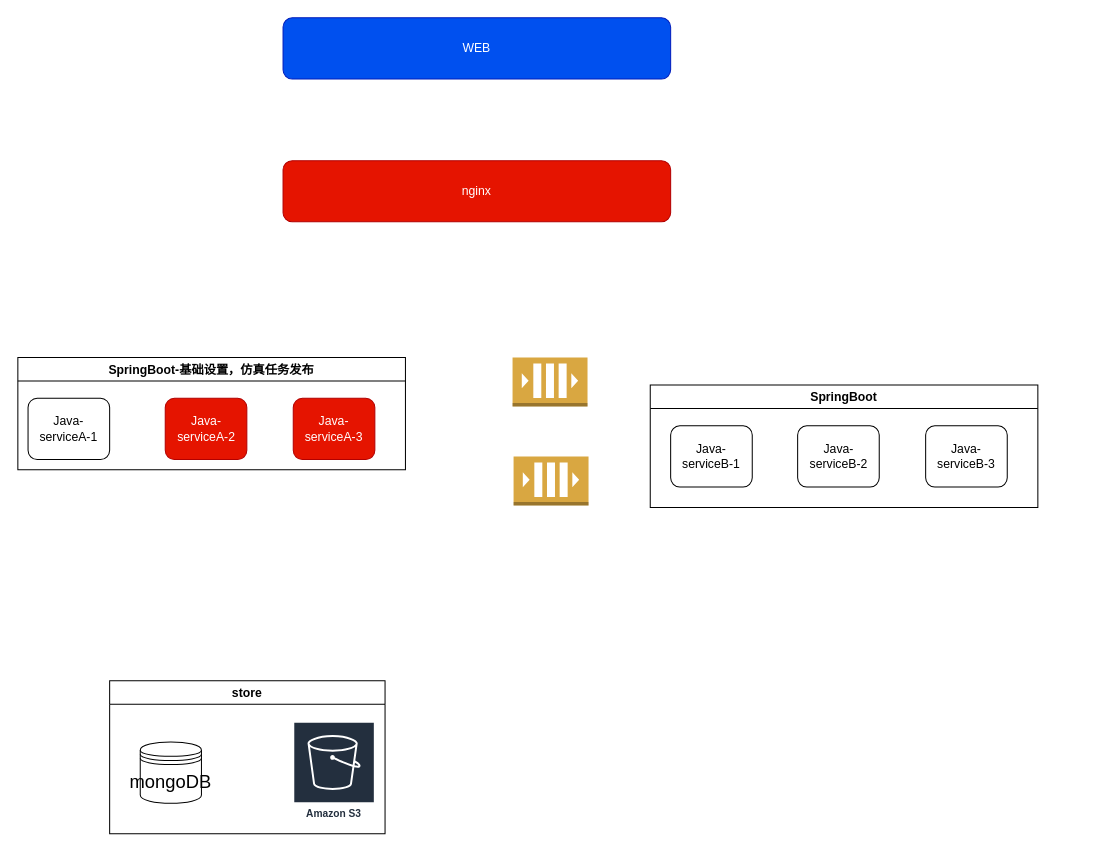
Before: doc/TechBusiness.drawio in yezhen701/VTCAD, a draw.io diagram. Source tidied: cells renumbered, new cells numbered last; positions are measured from the earlier drawing's top-left corner, leaving out a move shared by most shapes. Both pictures are drawn from the tidied source at 102%, with x=0, y=0 at pixel (17, 17).
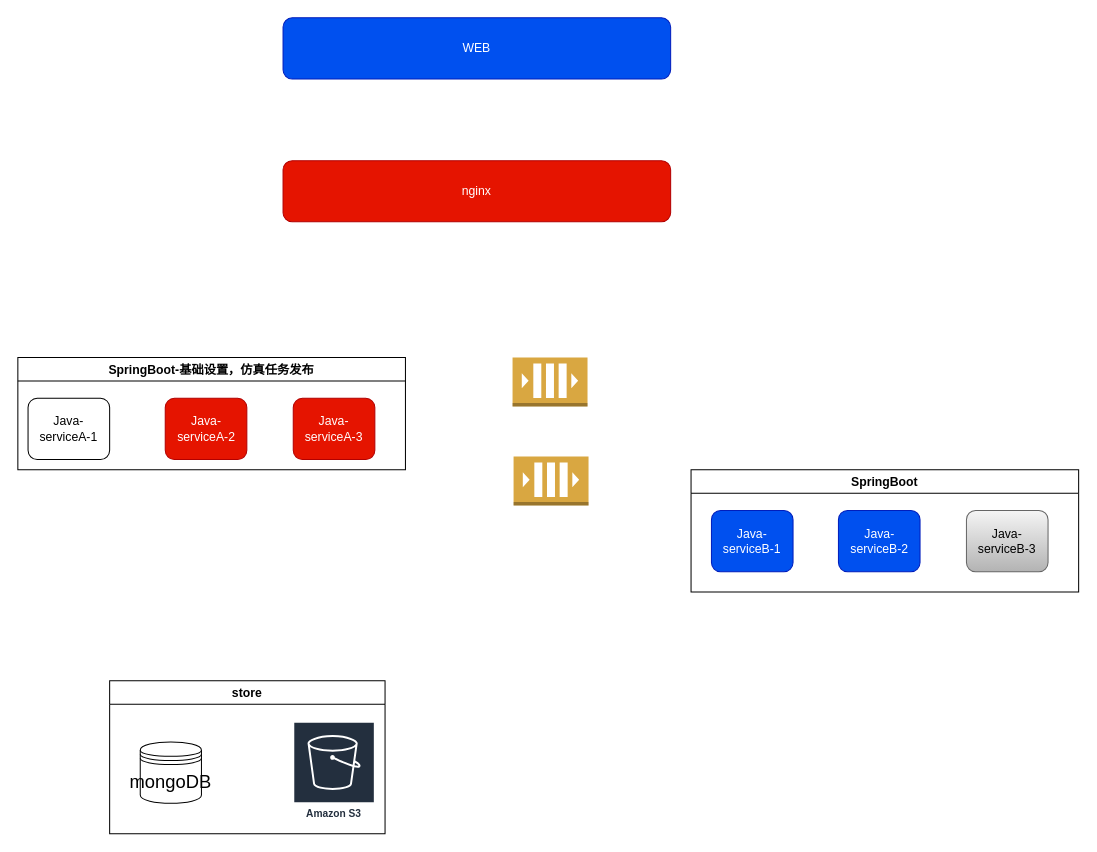
The same diagram, later.

Diff of the diagram source:
```diff
@@
 <mxGraphModel>
   <root>
     <mxCell id="0" />
     <mxCell id="1" parent="0" />
     <mxCell id="2" value="WEB" style="rounded=1;whiteSpace=wrap;html=1;fontColor=#ffffff;strokeColor=#001DBC;fillColor=#0050ef;" parent="1" vertex="1">
       <mxGeometry x="260" width="380" height="60" as="geometry" />
     </mxCell>
     <mxCell id="3" value="store" style="swimlane;fontColor=default;strokeColor=default;fillColor=default;" parent="1" vertex="1">
       <mxGeometry x="90" y="650" width="270" height="150" as="geometry" />
     </mxCell>
     <mxCell id="4" value="mongoDB" style="shape=datastore;whiteSpace=wrap;html=1;fontSize=18;fillColor=default;strokeColor=default;fontColor=default;" parent="3" vertex="1">
       <mxGeometry x="30" y="60" width="60" height="60" as="geometry" />
     </mxCell>
     <mxCell id="5" value="Amazon S3" style="sketch=0;fontColor=#232F3E;gradientColor=none;strokeColor=#ffffff;fillColor=#232F3E;dashed=0;verticalLabelPosition=middle;verticalAlign=bottom;align=center;html=1;whiteSpace=wrap;fontSize=10;fontStyle=1;spacing=3;shape=mxgraph.aws4.productIcon;prIcon=mxgraph.aws4.s3;" parent="3" vertex="1">
       <mxGeometry x="180" y="40" width="80" height="100" as="geometry" />
     </mxCell>
     <mxCell id="6" value="nginx" style="rounded=1;whiteSpace=wrap;html=1;fontColor=#ffffff;strokeColor=#B20000;fillColor=#e51400;" parent="1" vertex="1">
       <mxGeometry x="260" y="140" width="380" height="60" as="geometry" />
     </mxCell>
     <mxCell id="7" value="SpringBoot-基础设置，仿真任务发布" style="swimlane;fontColor=default;strokeColor=default;fillColor=default;" parent="1" vertex="1">
       <mxGeometry y="333" width="380" height="110" as="geometry" />
     </mxCell>
     <mxCell id="8" value="Java-serviceA-1" style="rounded=1;whiteSpace=wrap;html=1;fontColor=default;strokeColor=default;fillColor=default;" parent="7" vertex="1">
       <mxGeometry x="10" y="40" width="80" height="60" as="geometry" />
     </mxCell>
     <mxCell id="9" value="Java-serviceA-2" style="rounded=1;whiteSpace=wrap;html=1;fontColor=#ffffff;strokeColor=#B20000;fillColor=#e51400;" parent="7" vertex="1">
       <mxGeometry x="144.5" y="40" width="80" height="60" as="geometry" />
     </mxCell>
     <mxCell id="10" value="Java-serviceA-3" style="rounded=1;whiteSpace=wrap;html=1;fontColor=#ffffff;strokeColor=#B20000;fillColor=#e51400;" parent="7" vertex="1">
       <mxGeometry x="270" y="40" width="80" height="60" as="geometry" />
     </mxCell>
     <mxCell id="11" value="SpringBoot" style="swimlane;fontColor=default;strokeColor=default;fillColor=default;" parent="1" vertex="1">
-      <mxGeometry x="620" y="360" width="380" height="120" as="geometry" />
+      <mxGeometry x="660" y="443" width="380" height="120" as="geometry" />
     </mxCell>
-    <mxCell id="12" value="Java-serviceB-1" style="rounded=1;whiteSpace=wrap;html=1;fontColor=default;strokeColor=default;fillColor=default;" parent="11" vertex="1">
+    <mxCell id="12" value="Java-serviceB-1" style="rounded=1;whiteSpace=wrap;html=1;fontColor=#ffffff;strokeColor=#001DBC;fillColor=#0050ef;" parent="11" vertex="1">
       <mxGeometry x="20" y="40" width="80" height="60" as="geometry" />
     </mxCell>
-    <mxCell id="13" value="Java-serviceB-2" style="rounded=1;whiteSpace=wrap;html=1;fontColor=default;strokeColor=default;fillColor=default;" parent="11" vertex="1">
+    <mxCell id="13" value="Java-serviceB-2" style="rounded=1;whiteSpace=wrap;html=1;fontColor=#ffffff;strokeColor=#001DBC;fillColor=#0050ef;" parent="11" vertex="1">
       <mxGeometry x="144.5" y="40" width="80" height="60" as="geometry" />
     </mxCell>
-    <mxCell id="14" value="Java-serviceB-3" style="rounded=1;whiteSpace=wrap;html=1;fontColor=default;strokeColor=default;fillColor=default;" parent="11" vertex="1">
+    <mxCell id="14" value="Java-serviceB-3" style="rounded=1;whiteSpace=wrap;html=1;strokeColor=#666666;fillColor=#f5f5f5;gradientColor=#b3b3b3;fontColor=default;" parent="11" vertex="1">
       <mxGeometry x="270" y="40" width="80" height="60" as="geometry" />
     </mxCell>
     <mxCell id="15" style="dashed=0;verticalLabelPosition=bottom;verticalAlign=top;align=center;html=1;shape=mxgraph.aws3.queue;fillColor=#D9A741;gradientColor=none;fontColor=default;strokeColor=default;" parent="1" vertex="1">
       <mxGeometry x="485" y="333" width="73.5" height="48" as="geometry" />
     </mxCell>
     <mxCell id="16" style="dashed=0;verticalLabelPosition=bottom;verticalAlign=top;align=center;html=1;shape=mxgraph.aws3.queue;fillColor=#D9A741;gradientColor=none;fontColor=default;strokeColor=default;" parent="1" vertex="1">
       <mxGeometry x="486" y="430" width="73.5" height="48" as="geometry" />
     </mxCell>
   </root>
 </mxGraphModel>
```
